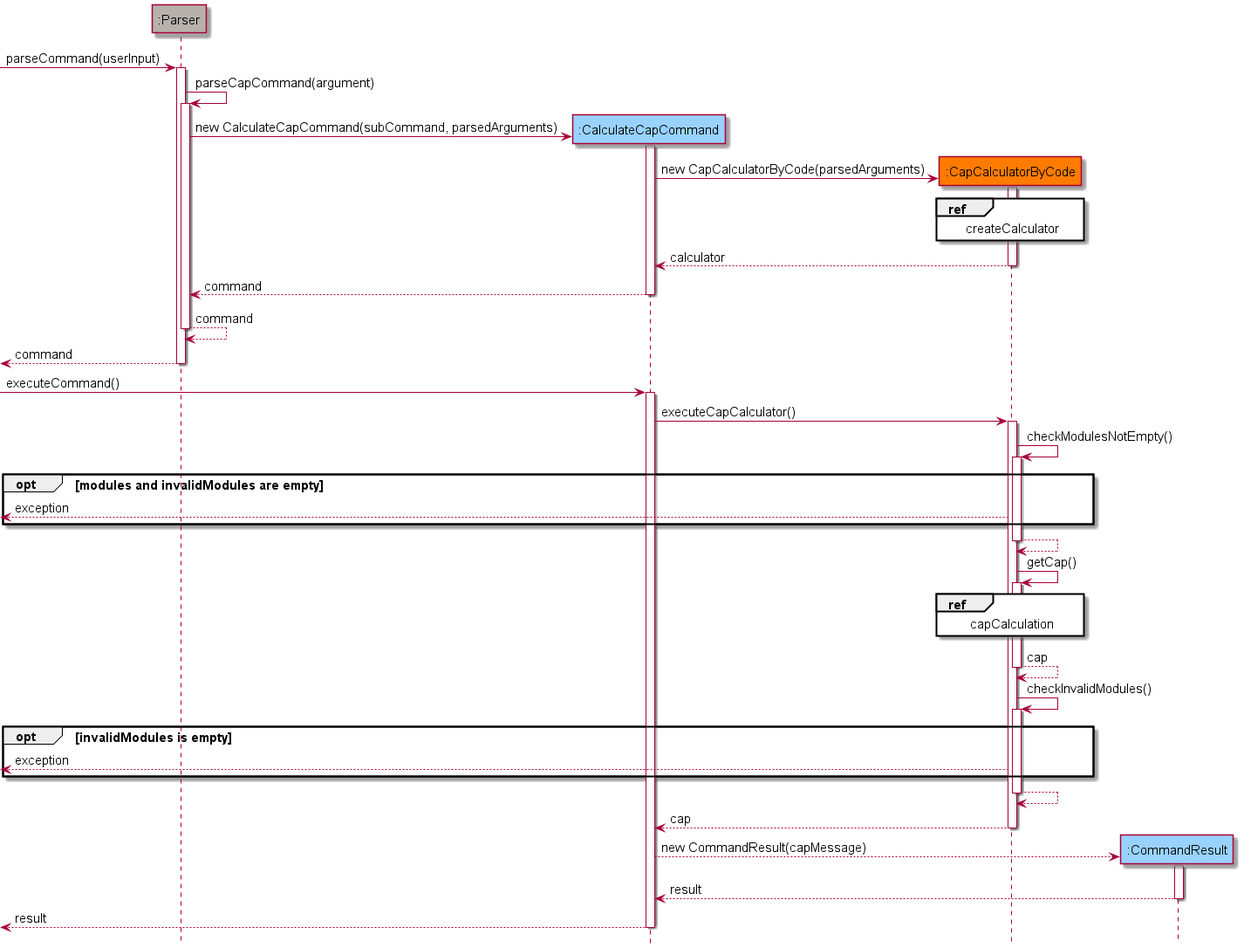
The PlantUML diagram docs/assets/images/capCodeSeq1.png in shyamgj1900/tp, before a commit.
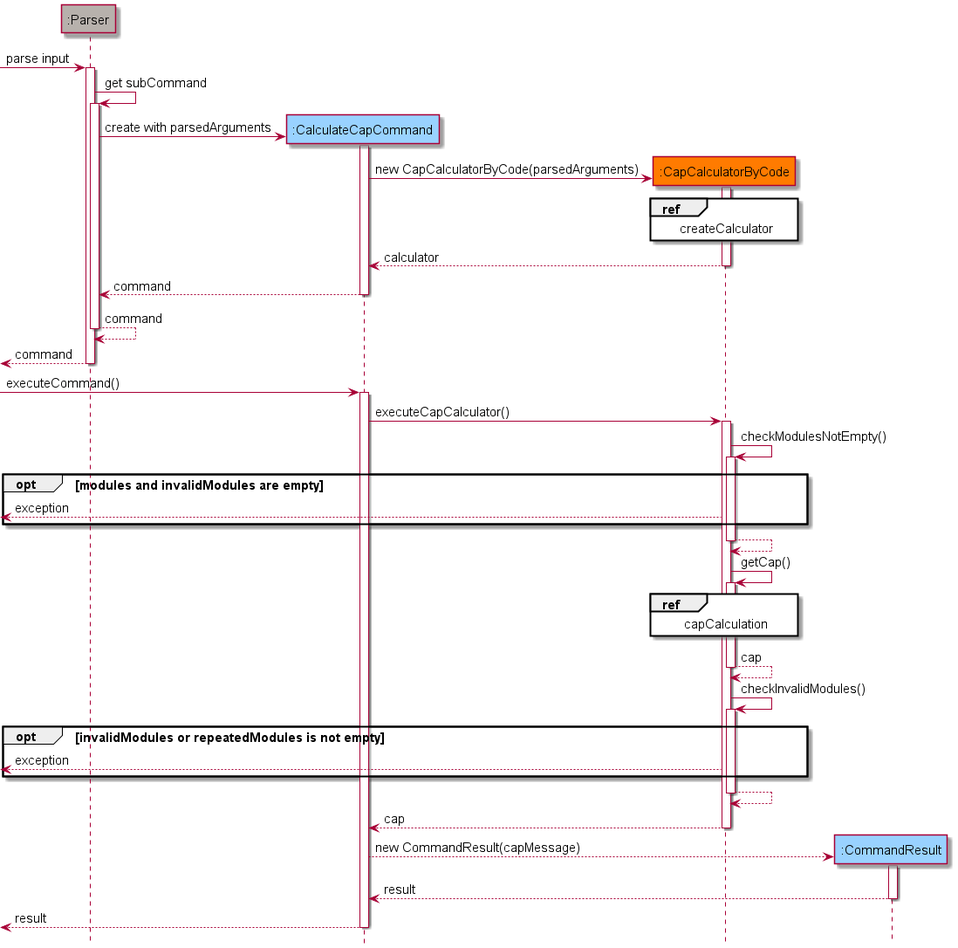
The same diagram one commit later.

The edit, as a diff of the source:
```diff
@@ -9,14 +9,14 @@
 participant ":CapCalculatorByCode" as calculator CAPCALCULATOR_COLOR
 participant ":CommandResult" as result COMMANDS_COLOR
 
-[->parser : parseCommand(userInput)
+[->parser : parse input
 activate parser
 
-parser -> parser : parseCapCommand(argument)
+parser -> parser : get subCommand
 activate parser
 
 create command
-parser -> command : new CalculateCapCommand(subCommand, parsedArguments)
+parser -> command : create with parsedArguments
 activate command
 
 create calculator
@@ -66,7 +66,7 @@
 calculator -> calculator : checkInvalidModules()
 activate calculator
 
-opt invalidModules is empty
+opt invalidModules or repeatedModules is not empty
 
 calculator -->[ : exception
 
```
